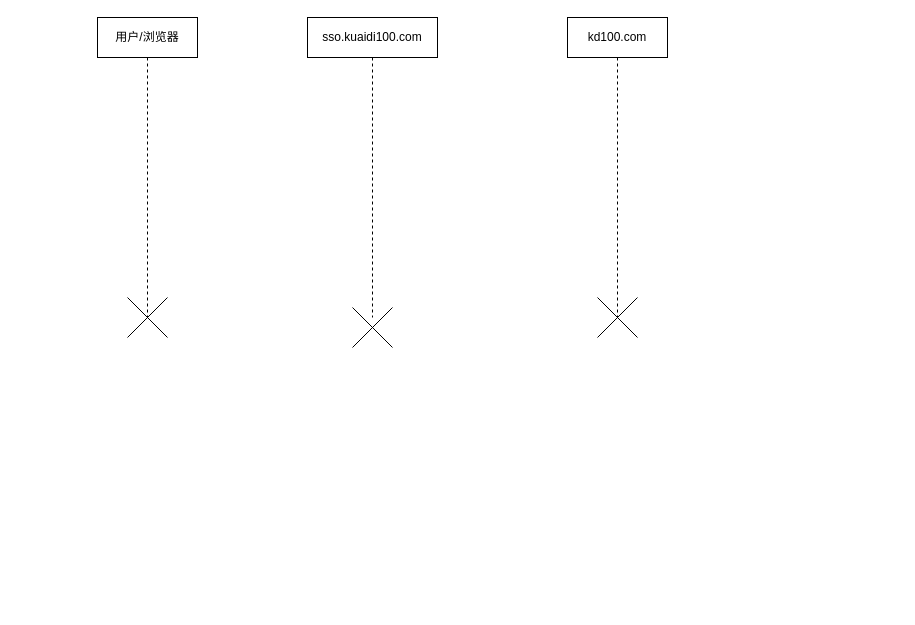
The draw.io diagram cross_domain_sso.drawio in KAKALZF/resource, before the edit. Source tidied: cells renumbered, new cells numbered last; positions are measured from the earlier drawing's top-left corner, leaving out a move shared by most shapes. Both pictures are drawn from the tidied source at 100%, with x=0, y=0 at pixel (97, 17).
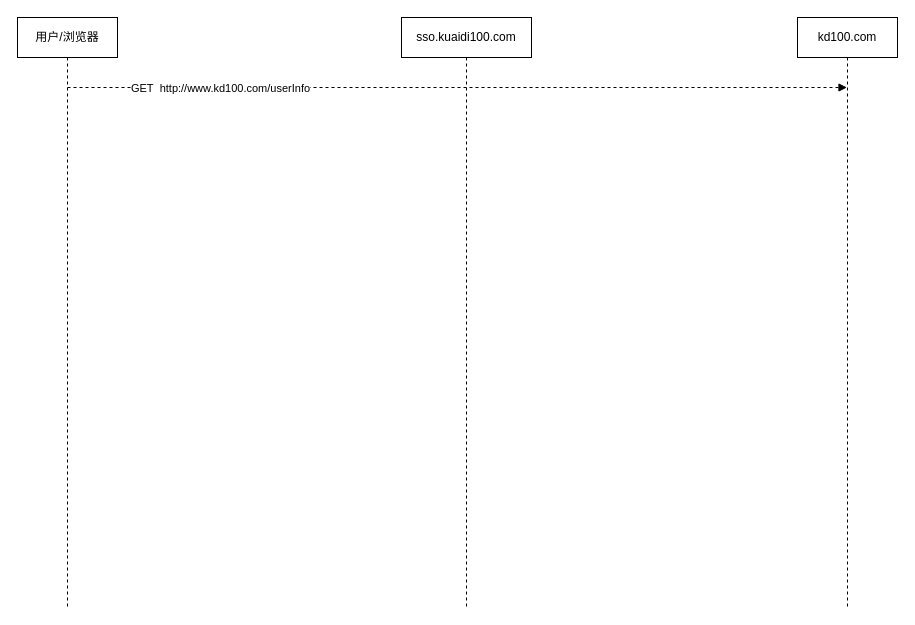
After the change.

Diff of the diagram source:
```diff
@@
 <mxGraphModel>
   <root>
     <mxCell id="0" />
     <mxCell id="1" parent="0" />
     <mxCell id="2" value="用户/浏览器" style="shape=umlLifeline;perimeter=lifelinePerimeter;whiteSpace=wrap;html=1;" parent="1" vertex="1">
-      <mxGeometry width="100" height="300" as="geometry" />
+      <mxGeometry x="-80" width="100" height="590" as="geometry" />
     </mxCell>
-    <mxCell id="3" style="shape=umlDestroy;dashed=0;" parent="2" vertex="1">
-      <mxGeometry x="30" y="280" width="40" height="40" as="geometry" />
-    </mxCell>
+    <mxCell id="8" style="html=1;verticalAlign=bottom;labelBackgroundColor=none;endArrow=block;endFill=1;dashed=1;" parent="2" edge="1" target="5">
+      <mxGeometry relative="1" as="geometry">
+        <mxPoint x="50" y="70" as="sourcePoint" />
+      </mxGeometry>
+    </mxCell>
+    <mxCell id="9" value="GET&amp;nbsp; http://www.kd100.com/userInfo" style="edgeLabel;html=1;align=center;verticalAlign=middle;" parent="8" vertex="1">
+      <mxGeometry x="-0.61" relative="1" as="geometry" />
+    </mxCell>
     <mxCell id="4" value="sso.kuaidi100.com" style="shape=umlLifeline;perimeter=lifelinePerimeter;whiteSpace=wrap;html=1;" parent="1" vertex="1">
-      <mxGeometry x="210" width="130" height="300" as="geometry" />
+      <mxGeometry x="304" width="130" height="590" as="geometry" />
     </mxCell>
     <mxCell id="5" value="kd100.com" style="shape=umlLifeline;perimeter=lifelinePerimeter;whiteSpace=wrap;html=1;outlineConnect=0;" parent="1" vertex="1">
-      <mxGeometry x="470" width="100" height="300" as="geometry" />
+      <mxGeometry x="700" width="100" height="590" as="geometry" />
     </mxCell>
-    <mxCell id="6" style="shape=umlDestroy;dashed=0;" parent="5" vertex="1">
-      <mxGeometry x="30" y="280" width="40" height="40" as="geometry" />
-    </mxCell>
-    <mxCell id="7" style="shape=umlDestroy;dashed=0;" parent="1" vertex="1">
-      <mxGeometry x="255" y="290" width="40" height="40" as="geometry" />
-    </mxCell>
   </root>
 </mxGraphModel>
```
